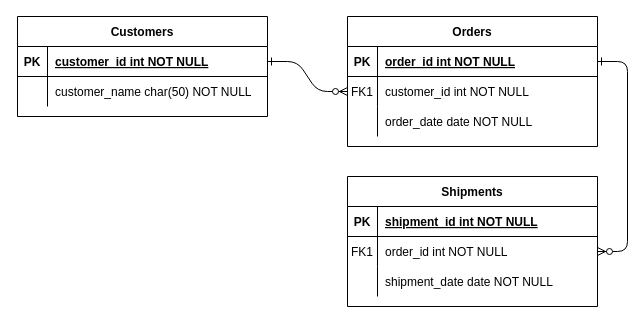
The draw.io diagram 名称未設定ファイル.drawio in kouki515/laravel-render-test, before the edit. Source tidied: cells renumbered, new cells numbered last; positions are measured from the earlier drawing's top-left corner, leaving out a move shared by most shapes. Both pictures are drawn from the tidied source at 100%, with x=0, y=0 at pixel (17, 16).
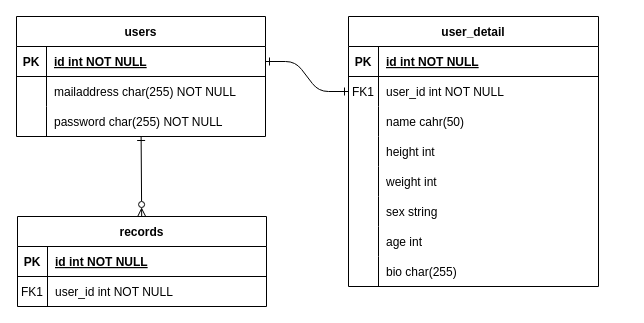
After the change.

The change refers to these unchanged cells:
```xml
<mxCell id="5" style="shape=partialRectangle;fillColor=none;points=[[0,0.5],[1,0.5]];portConstraint=eastwest;top=0;left=0;right=0;bottom=1;" parent="4" vertex="1">
  <mxGeometry y="30" width="250" height="30" as="geometry" />
</mxCell>
<mxCell id="8" style="shape=partialRectangle;fillColor=none;points=[[0,0.5],[1,0.5]];portConstraint=eastwest;top=0;left=0;right=0;bottom=0;" parent="4" vertex="1">
  <mxGeometry y="60" width="250" height="30" as="geometry" />
</mxCell>
<mxCell id="11" style="shape=partialRectangle;fillColor=none;top=0;left=0;right=0;bottom=0;" parent="4" vertex="1">
  <mxGeometry y="90" width="250" height="30" as="geometry" />
</mxCell>
```

Diff of the diagram source:
```diff
@@
-    <mxCell id="2" style="edgeStyle=entityRelationEdgeStyle;endArrow=ERzeroToMany;startArrow=ERone;endFill=1;startFill=0;" parent="1" edge="1" source="25" target="8">
+    <mxCell id="2" style="edgeStyle=entityRelationEdgeStyle;endArrow=ERone;startArrow=ERone;endFill=0;startFill=0;" parent="1" edge="1" source="25" target="8">
       <mxGeometry relative="1" as="geometry" />
     </mxCell>
-    <mxCell id="3" style="edgeStyle=entityRelationEdgeStyle;endArrow=ERzeroToMany;startArrow=ERone;endFill=1;startFill=0;" parent="1" edge="1" source="5" target="18">
-      <mxGeometry relative="1" as="geometry" />
-    </mxCell>
-    <mxCell id="4" value="Orders" style="shape=table;startSize=30;childLayout=tableLayout;rowLines=0;fontStyle=1;align=center;" parent="1" vertex="1">
-      <mxGeometry x="330" width="250" height="130" as="geometry" />
+    <mxCell id="4" value="user_detail" style="shape=table;startSize=30;childLayout=tableLayout;rowLines=0;fontStyle=1;align=center;" parent="1" vertex="1">
+      <mxGeometry x="331" width="250" height="270" as="geometry" />
     </mxCell>
@@
-    <mxCell id="7" value="order_id int NOT NULL " style="shape=partialRectangle;overflow=hidden;fillColor=none;top=0;left=0;bottom=0;right=0;align=left;spacingLeft=6;fontStyle=5;" parent="5" vertex="1">
+    <mxCell id="7" value="id int NOT NULL " style="shape=partialRectangle;overflow=hidden;fillColor=none;top=0;left=0;bottom=0;right=0;align=left;spacingLeft=6;fontStyle=5;" parent="5" vertex="1">
       <mxGeometry x="30" width="220" height="30" as="geometry" />
     </mxCell>
@@
-    <mxCell id="10" value="customer_id int NOT NULL" style="shape=partialRectangle;overflow=hidden;fillColor=none;top=0;left=0;bottom=0;right=0;align=left;spacingLeft=6;" parent="8" vertex="1">
+    <mxCell id="10" value="user_id int NOT NULL" style="shape=partialRectangle;overflow=hidden;fillColor=none;top=0;left=0;bottom=0;right=0;align=left;spacingLeft=6;" parent="8" vertex="1">
       <mxGeometry x="30" width="220" height="30" as="geometry" />
     </mxCell>
@@
-    <mxCell id="13" value="order_date date NOT NULL" style="shape=partialRectangle;overflow=hidden;fillColor=none;top=0;left=0;bottom=0;right=0;align=left;spacingLeft=6;" parent="11" vertex="1">
+    <mxCell id="13" value="name cahr(50)" style="shape=partialRectangle;overflow=hidden;fillColor=none;top=0;left=0;bottom=0;right=0;align=left;spacingLeft=6;" parent="11" vertex="1">
       <mxGeometry x="30" width="220" height="30" as="geometry" />
     </mxCell>
-    <mxCell id="14" value="Shipments" style="shape=table;startSize=30;childLayout=tableLayout;rowLines=0;fontStyle=1;align=center;" parent="1" vertex="1">
-      <mxGeometry x="330" y="160" width="250" height="130" as="geometry" />
-    </mxCell>
-    <mxCell id="15" style="shape=partialRectangle;fillColor=none;top=0;left=0;right=0;bottom=1;" parent="14" vertex="1">
-      <mxGeometry y="30" width="250" height="30" as="geometry" />
-    </mxCell>
-    <mxCell id="16" value="PK" style="shape=partialRectangle;overflow=hidden;fillColor=none;top=0;left=0;bottom=0;right=0;fontStyle=1;" parent="15" vertex="1">
-      <mxGeometry width="30" height="30" as="geometry" />
-    </mxCell>
-    <mxCell id="17" value="shipment_id int NOT NULL " style="shape=partialRectangle;overflow=hidden;fillColor=none;top=0;left=0;bottom=0;right=0;align=left;spacingLeft=6;fontStyle=5;" parent="15" vertex="1">
-      <mxGeometry x="30" width="220" height="30" as="geometry" />
-    </mxCell>
-    <mxCell id="18" style="shape=partialRectangle;fillColor=none;points=[[0,0.5],[1,0.5]];portConstraint=eastwest;top=0;left=0;right=0;bottom=0;" parent="14" vertex="1">
-      <mxGeometry y="60" width="250" height="30" as="geometry" />
-    </mxCell>
-    <mxCell id="19" value="FK1" style="shape=partialRectangle;overflow=hidden;fillColor=none;top=0;left=0;bottom=0;right=0;" parent="18" vertex="1">
-      <mxGeometry width="30" height="30" as="geometry" />
-    </mxCell>
-    <mxCell id="20" value="order_id int NOT NULL" style="shape=partialRectangle;overflow=hidden;fillColor=none;top=0;left=0;bottom=0;right=0;align=left;spacingLeft=6;" parent="18" vertex="1">
-      <mxGeometry x="30" width="220" height="30" as="geometry" />
-    </mxCell>
-    <mxCell id="21" style="shape=partialRectangle;fillColor=none;top=0;left=0;right=0;bottom=0;" parent="14" vertex="1">
-      <mxGeometry y="90" width="250" height="30" as="geometry" />
-    </mxCell>
-    <mxCell id="22" style="shape=partialRectangle;overflow=hidden;fillColor=none;top=0;left=0;bottom=0;right=0;" parent="21" vertex="1">
-      <mxGeometry width="30" height="30" as="geometry" />
-    </mxCell>
-    <mxCell id="23" value="shipment_date date NOT NULL" style="shape=partialRectangle;overflow=hidden;fillColor=none;top=0;left=0;bottom=0;right=0;align=left;spacingLeft=6;" parent="21" vertex="1">
-      <mxGeometry x="30" width="220" height="30" as="geometry" />
-    </mxCell>
+    <mxCell id="31" style="shape=partialRectangle;fillColor=none;top=0;left=0;right=0;bottom=0;" parent="4" vertex="1">
+      <mxGeometry y="120" width="250" height="30" as="geometry" />
+    </mxCell>
+    <mxCell id="32" style="shape=partialRectangle;overflow=hidden;fillColor=none;top=0;left=0;bottom=0;right=0;" parent="31" vertex="1">
+      <mxGeometry width="30" height="30" as="geometry" />
+    </mxCell>
+    <mxCell id="33" value="height int" style="shape=partialRectangle;overflow=hidden;fillColor=none;top=0;left=0;bottom=0;right=0;align=left;spacingLeft=6;" parent="31" vertex="1">
+      <mxGeometry x="30" width="220" height="30" as="geometry" />
+    </mxCell>
+    <mxCell id="34" style="shape=partialRectangle;fillColor=none;top=0;left=0;right=0;bottom=0;" parent="4" vertex="1">
+      <mxGeometry y="150" width="250" height="30" as="geometry" />
+    </mxCell>
+    <mxCell id="35" style="shape=partialRectangle;overflow=hidden;fillColor=none;top=0;left=0;bottom=0;right=0;" parent="34" vertex="1">
+      <mxGeometry width="30" height="30" as="geometry" />
+    </mxCell>
+    <mxCell id="36" value="weight int" style="shape=partialRectangle;overflow=hidden;fillColor=none;top=0;left=0;bottom=0;right=0;align=left;spacingLeft=6;" parent="34" vertex="1">
+      <mxGeometry x="30" width="220" height="30" as="geometry" />
+    </mxCell>
+    <mxCell id="37" style="shape=partialRectangle;fillColor=none;top=0;left=0;right=0;bottom=0;" parent="4" vertex="1">
+      <mxGeometry y="180" width="250" height="30" as="geometry" />
+    </mxCell>
+    <mxCell id="38" style="shape=partialRectangle;overflow=hidden;fillColor=none;top=0;left=0;bottom=0;right=0;" parent="37" vertex="1">
+      <mxGeometry width="30" height="30" as="geometry" />
+    </mxCell>
+    <mxCell id="39" value="sex string" style="shape=partialRectangle;overflow=hidden;fillColor=none;top=0;left=0;bottom=0;right=0;align=left;spacingLeft=6;" parent="37" vertex="1">
+      <mxGeometry x="30" width="220" height="30" as="geometry" />
+    </mxCell>
+    <mxCell id="40" style="shape=partialRectangle;fillColor=none;top=0;left=0;right=0;bottom=0;" parent="4" vertex="1">
+      <mxGeometry y="210" width="250" height="30" as="geometry" />
+    </mxCell>
+    <mxCell id="41" style="shape=partialRectangle;overflow=hidden;fillColor=none;top=0;left=0;bottom=0;right=0;" parent="40" vertex="1">
+      <mxGeometry width="30" height="30" as="geometry" />
+    </mxCell>
+    <mxCell id="42" value="age int" style="shape=partialRectangle;overflow=hidden;fillColor=none;top=0;left=0;bottom=0;right=0;align=left;spacingLeft=6;" parent="40" vertex="1">
+      <mxGeometry x="30" width="220" height="30" as="geometry" />
+    </mxCell>
+    <mxCell id="43" style="shape=partialRectangle;fillColor=none;top=0;left=0;right=0;bottom=0;" parent="4" vertex="1">
+      <mxGeometry y="240" width="250" height="30" as="geometry" />
+    </mxCell>
+    <mxCell id="44" style="shape=partialRectangle;overflow=hidden;fillColor=none;top=0;left=0;bottom=0;right=0;" parent="43" vertex="1">
+      <mxGeometry width="30" height="30" as="geometry" />
+    </mxCell>
+    <mxCell id="45" value="bio char(255)" style="shape=partialRectangle;overflow=hidden;fillColor=none;top=0;left=0;bottom=0;right=0;align=left;spacingLeft=6;" parent="43" vertex="1">
+      <mxGeometry x="30" width="220" height="30" as="geometry" />
+    </mxCell>
-    <mxCell id="24" value="Customers" style="shape=table;startSize=30;childLayout=tableLayout;rowLines=0;fontStyle=1;align=center;" parent="1" vertex="1">
-      <mxGeometry width="250" height="100" as="geometry" />
+    <mxCell id="24" value="users" style="shape=table;startSize=30;childLayout=tableLayout;rowLines=0;fontStyle=1;align=center;" parent="1" vertex="1">
+      <mxGeometry x="-1" width="249" height="120" as="geometry" />
     </mxCell>
     <mxCell id="25" style="shape=partialRectangle;fillColor=none;points=[[0,0.5],[1,0.5]];portConstraint=eastwest;top=0;left=0;right=0;bottom=1;" parent="24" vertex="1">
-      <mxGeometry y="30" width="250" height="30" as="geometry" />
+      <mxGeometry y="30" width="249" height="30" as="geometry" />
     </mxCell>
@@
-    <mxCell id="27" value="customer_id int NOT NULL " style="shape=partialRectangle;overflow=hidden;fillColor=none;top=0;left=0;bottom=0;right=0;align=left;spacingLeft=6;fontStyle=5;" parent="25" vertex="1">
-      <mxGeometry x="30" width="220" height="30" as="geometry" />
+    <mxCell id="27" value="id int NOT NULL " style="shape=partialRectangle;overflow=hidden;fillColor=none;top=0;left=0;bottom=0;right=0;align=left;spacingLeft=6;fontStyle=5;" parent="25" vertex="1">
+      <mxGeometry x="30" width="219" height="30" as="geometry" />
     </mxCell>
     <mxCell id="28" style="shape=partialRectangle;fillColor=none;top=0;left=0;right=0;bottom=0;" parent="24" vertex="1">
-      <mxGeometry y="60" width="250" height="30" as="geometry" />
+      <mxGeometry y="60" width="249" height="30" as="geometry" />
     </mxCell>
@@
-    <mxCell id="30" value="customer_name char(50) NOT NULL" style="shape=partialRectangle;overflow=hidden;fillColor=none;top=0;left=0;bottom=0;right=0;align=left;spacingLeft=6;" parent="28" vertex="1">
-      <mxGeometry x="30" width="220" height="30" as="geometry" />
+    <mxCell id="30" value="mailaddress char(255) NOT NULL" style="shape=partialRectangle;overflow=hidden;fillColor=none;top=0;left=0;bottom=0;right=0;align=left;spacingLeft=6;" parent="28" vertex="1">
+      <mxGeometry x="30" width="219" height="30" as="geometry" />
     </mxCell>
+    <mxCell id="46" style="shape=partialRectangle;fillColor=none;points=[[0,0.5],[1,0.5]];portConstraint=eastwest;top=0;left=0;right=0;bottom=0;" parent="24" vertex="1">
+      <mxGeometry y="90" width="249" height="30" as="geometry" />
+    </mxCell>
+    <mxCell id="47" style="shape=partialRectangle;overflow=hidden;fillColor=none;top=0;left=0;bottom=0;right=0;" parent="46" vertex="1">
+      <mxGeometry width="30" height="30" as="geometry" />
+    </mxCell>
+    <mxCell id="48" value="password char(255) NOT NULL" style="shape=partialRectangle;overflow=hidden;fillColor=none;top=0;left=0;bottom=0;right=0;align=left;spacingLeft=6;" parent="46" vertex="1">
+      <mxGeometry x="30" width="219" height="30" as="geometry" />
+    </mxCell>
+    <mxCell id="49" style="html=1;endArrow=ERone;endFill=0;startArrow=ERzeroToMany;startFill=0;" parent="1" edge="1" source="50" target="46">
+      <mxGeometry relative="1" as="geometry" />
+    </mxCell>
+    <mxCell id="50" value="records" style="shape=table;startSize=30;childLayout=tableLayout;rowLines=0;fontStyle=1;align=center;" parent="1" vertex="1">
+      <mxGeometry y="200" width="249" height="90" as="geometry" />
+    </mxCell>
+    <mxCell id="51" style="shape=partialRectangle;fillColor=none;top=0;left=0;right=0;bottom=1;" parent="50" vertex="1">
+      <mxGeometry y="30" width="249" height="30" as="geometry" />
+    </mxCell>
+    <mxCell id="16" value="PK" style="shape=partialRectangle;overflow=hidden;fillColor=none;top=0;left=0;bottom=0;right=0;fontStyle=1;" parent="51" vertex="1">
+      <mxGeometry width="30" height="30" as="geometry" />
+    </mxCell>
+    <mxCell id="52" value="id int NOT NULL " style="shape=partialRectangle;overflow=hidden;fillColor=none;top=0;left=0;bottom=0;right=0;align=left;spacingLeft=6;fontStyle=5;" parent="51" vertex="1">
+      <mxGeometry x="30" width="219" height="30" as="geometry" />
+    </mxCell>
+    <mxCell id="53" style="shape=partialRectangle;fillColor=none;top=0;left=0;right=0;bottom=0;" parent="50" vertex="1">
+      <mxGeometry y="60" width="249" height="30" as="geometry" />
+    </mxCell>
+    <mxCell id="19" value="FK1" style="shape=partialRectangle;overflow=hidden;fillColor=none;top=0;left=0;bottom=0;right=0;" parent="53" vertex="1">
+      <mxGeometry width="30" height="30" as="geometry" />
+    </mxCell>
+    <mxCell id="54" value="user_id int NOT NULL" style="shape=partialRectangle;overflow=hidden;fillColor=none;top=0;left=0;bottom=0;right=0;align=left;spacingLeft=6;" parent="53" vertex="1">
+      <mxGeometry x="30" width="219" height="30" as="geometry" />
+    </mxCell>
```
